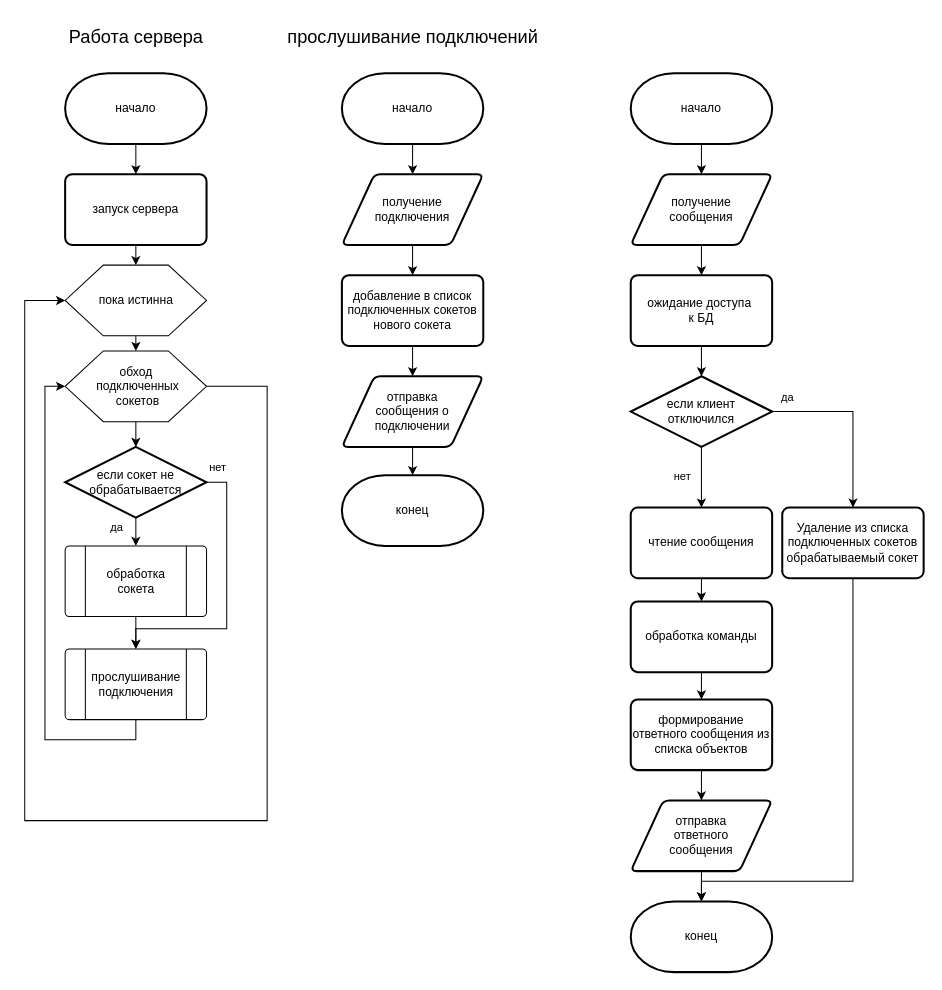
BMSTU2024/kusrwork-seti- keeps this draw.io diagram as блок-схема.drawio. Above is the earlier version. Source tidied: cells renumbered, new cells numbered last; positions are measured from the earlier drawing's top-left corner, leaving out a move shared by most shapes. Both pictures are drawn from the tidied source at 101%, with x=0, y=0 at pixel (24, 17).
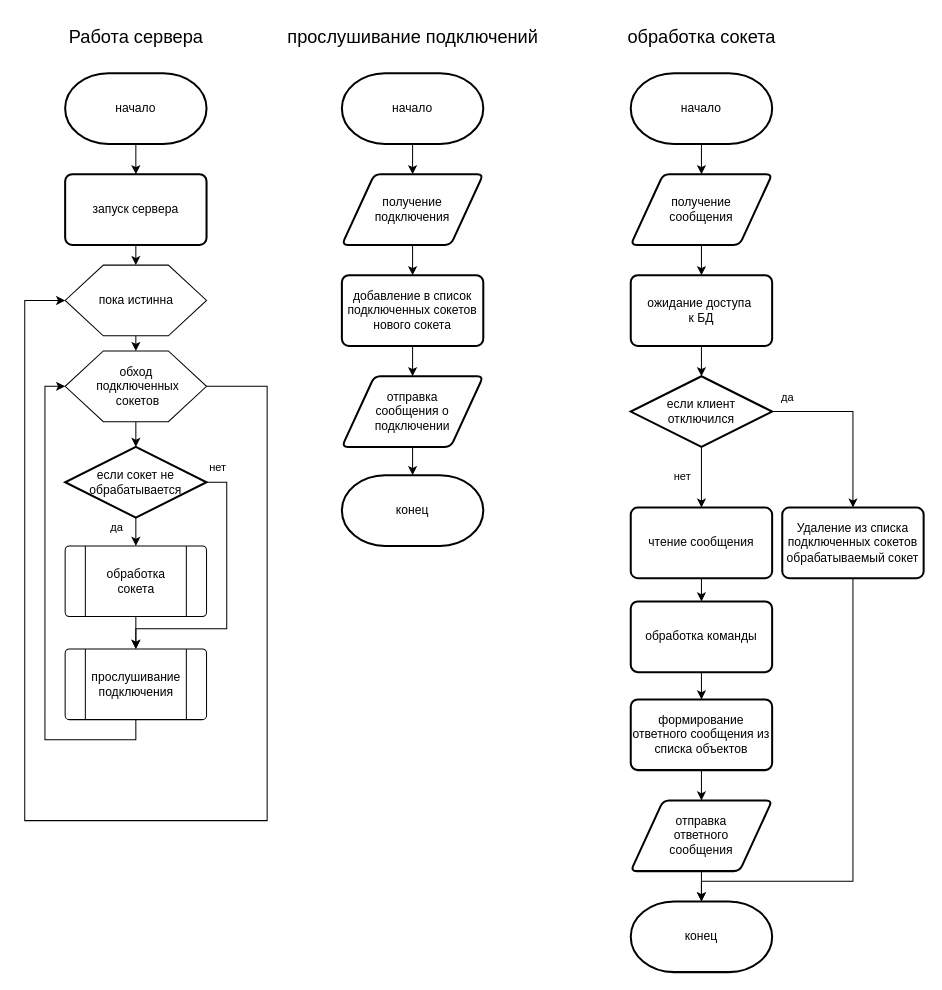
Above is the later version.

Diff of the diagram source:
```diff
@@
+    <mxCell id="57" value="&lt;font style=&quot;font-size: 18px;&quot;&gt;обработка сокета&lt;/font&gt;" style="text;html=1;align=center;verticalAlign=middle;strokeColor=none;fillColor=none;" parent="1" vertex="1">
+      <mxGeometry x="585" width="170" height="40" as="geometry" />
+    </mxCell>
```
